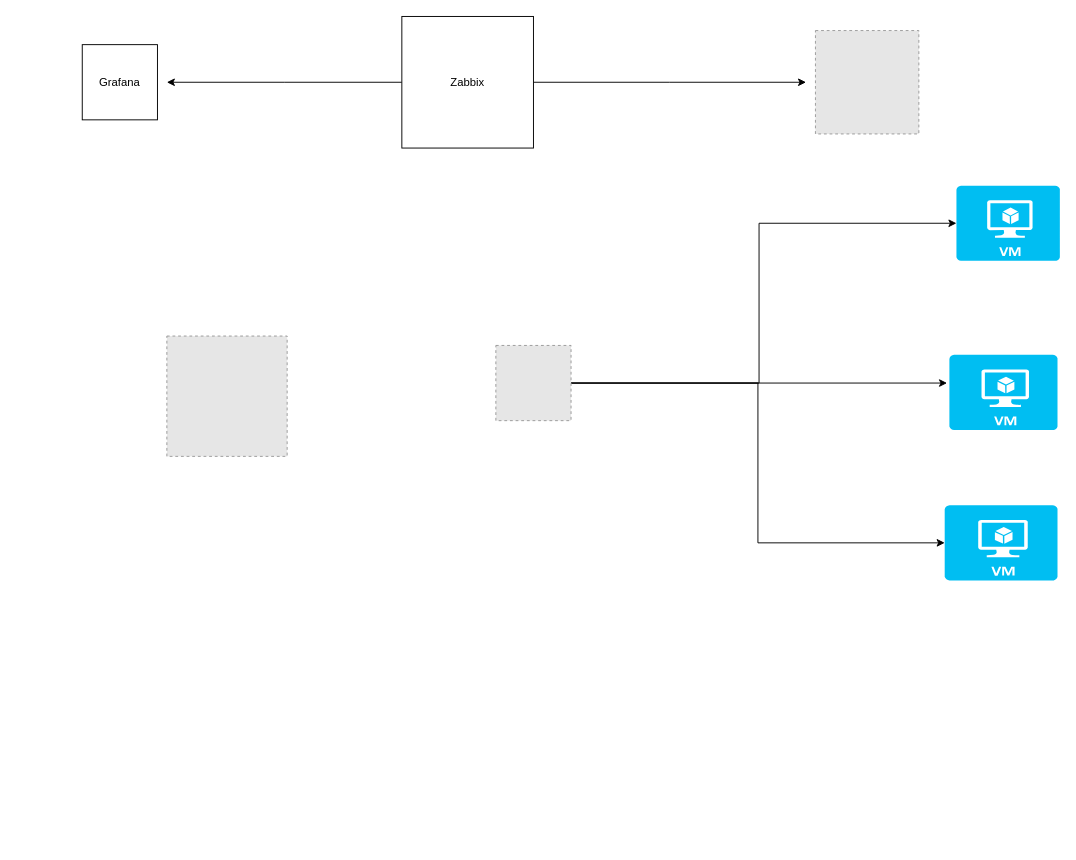
This is Untitled Diagram.drawio from wesleysilva3310/lab, a draw.io file, before an edit. Source tidied: cells renumbered, new cells numbered last; positions are measured from the earlier drawing's top-left corner, leaving out a move shared by most shapes. Both pictures are drawn from the tidied source at 94%, with x=0, y=0 at pixel (82, 16). Pictures stored in the file or linked from it are replaced by grey dashed boxes.
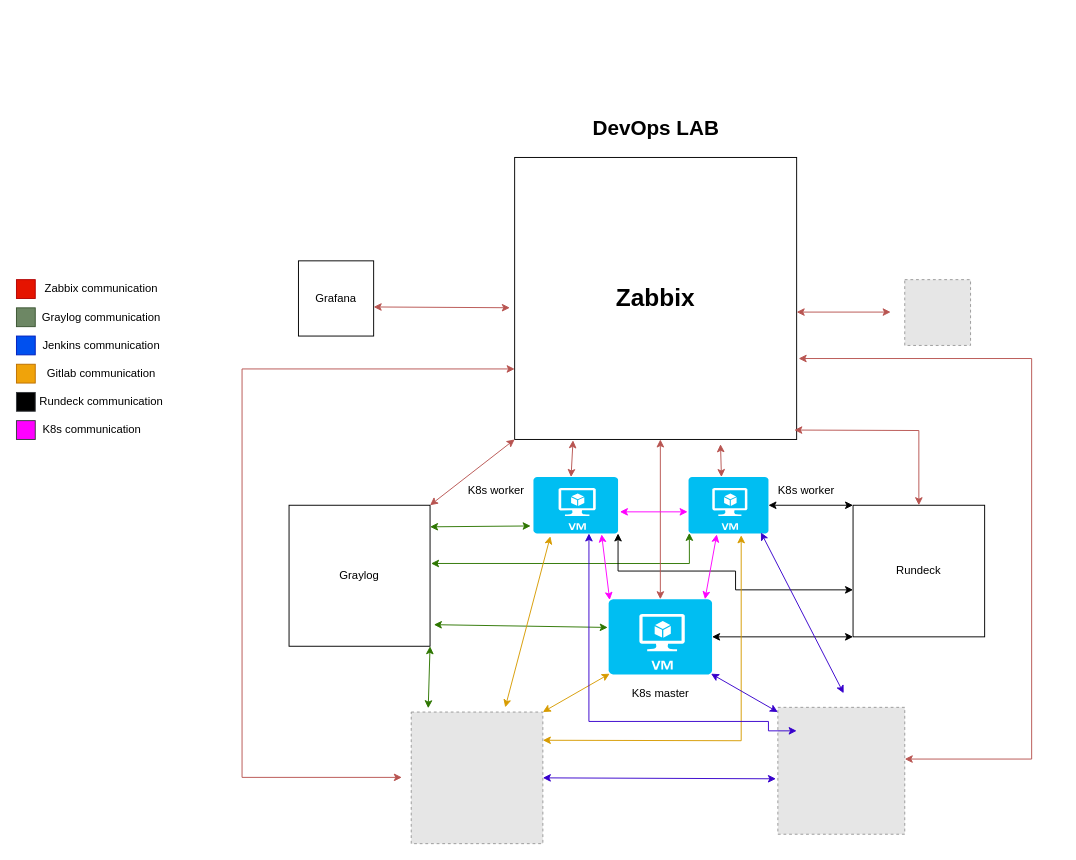
The same diagram, later.

Change to the diagram source:
```diff
@@
-    <mxCell id="2" style="edgeStyle=orthogonalEdgeStyle;rounded=0;jettySize=auto;html=1;" parent="1" edge="1" source="4">
-      <mxGeometry relative="1" as="geometry">
-        <mxPoint x="90" y="70" as="targetPoint" />
-      </mxGeometry>
-    </mxCell>
-    <mxCell id="3" style="edgeStyle=orthogonalEdgeStyle;rounded=0;jettySize=auto;html=1;entryX=0;entryY=0.5;entryDx=0;entryDy=0;" parent="1" edge="1" source="4">
-      <mxGeometry relative="1" as="geometry">
-        <mxPoint x="770" y="70" as="targetPoint" />
-      </mxGeometry>
-    </mxCell>
-    <mxCell id="4" value="Zabbix" style="whiteSpace=wrap;html=1;" parent="1" vertex="1">
-      <mxGeometry x="340" width="140" height="140" as="geometry" />
+    <mxCell id="4" value="&lt;b&gt;&lt;font style=&quot;font-size: 26px&quot;&gt;Zabbix&lt;/font&gt;&lt;/b&gt;" style="whiteSpace=wrap;html=1;" parent="1" vertex="1">
+      <mxGeometry x="460" y="150" width="300" height="300" as="geometry" />
     </mxCell>
     <mxCell id="5" value="Grafana" style="whiteSpace=wrap;html=1;" parent="1" vertex="1">
-      <mxGeometry y="30" width="80" height="80" as="geometry" />
+      <mxGeometry x="230" y="260" width="80" height="80" as="geometry" />
     </mxCell>
     <mxCell id="6" style="verticalLabelPosition=bottom;html=1;verticalAlign=top;align=center;strokeColor=none;fillColor=#00BEF2;shape=mxgraph.azure.virtual_machine;" parent="1" vertex="1">
-      <mxGeometry x="917.5" y="520" width="120" height="80" as="geometry" />
+      <mxGeometry x="480" y="490" width="90" height="60" as="geometry" />
     </mxCell>
     <mxCell id="7" style="verticalLabelPosition=bottom;html=1;verticalAlign=top;align=center;strokeColor=none;fillColor=#00BEF2;shape=mxgraph.azure.virtual_machine;" parent="1" vertex="1">
-      <mxGeometry x="922.5" y="360" width="115" height="80" as="geometry" />
+      <mxGeometry x="645" y="490" width="85" height="60" as="geometry" />
     </mxCell>
     <mxCell id="8" style="verticalLabelPosition=bottom;html=1;verticalAlign=top;align=center;strokeColor=none;fillColor=#00BEF2;shape=mxgraph.azure.virtual_machine;" parent="1" vertex="1">
-      <mxGeometry x="930" y="180" width="110" height="80" as="geometry" />
+      <mxGeometry x="560" y="620" width="110" height="80" as="geometry" />
     </mxCell>
-    <mxCell id="9" style="edgeStyle=orthogonalEdgeStyle;rounded=0;jettySize=auto;html=1;" parent="1" edge="1" source="12">
-      <mxGeometry relative="1" as="geometry">
-        <mxPoint x="920" y="390" as="targetPoint" />
-      </mxGeometry>
-    </mxCell>
-    <mxCell id="10" style="edgeStyle=orthogonalEdgeStyle;rounded=0;jettySize=auto;html=1;entryX=0;entryY=0.5;entryDx=0;entryDy=0;entryPerimeter=0;" parent="1" edge="1" source="12" target="8">
-      <mxGeometry relative="1" as="geometry">
-        <Array as="points">
-          <mxPoint x="720" y="390" />
-          <mxPoint x="720" y="220" />
-        </Array>
-      </mxGeometry>
-    </mxCell>
-    <mxCell id="11" style="edgeStyle=orthogonalEdgeStyle;rounded=0;jettySize=auto;html=1;entryX=0;entryY=0.5;entryDx=0;entryDy=0;entryPerimeter=0;" parent="1" edge="1" source="12" target="6">
-      <mxGeometry relative="1" as="geometry" />
-    </mxCell>
     <mxCell id="12" style="fillColor=#E6E6E6;strokeColor=#999999;dashed=1;html=1;verticalAlign=top;verticalLabelPosition=bottom;labelBackgroundColor=#ffffff;" parent="1" vertex="1">
-      <mxGeometry x="440" y="350" width="80" height="80" as="geometry" />
+      <mxGeometry x="740" y="735" width="135" height="135" as="geometry" />
     </mxCell>
     <mxCell id="13" style="fillColor=#E6E6E6;strokeColor=#999999;dashed=1;html=1;verticalAlign=top;verticalLabelPosition=bottom;labelBackgroundColor=#ffffff;" parent="1" vertex="1">
-      <mxGeometry x="90" y="340" width="128" height="128" as="geometry" />
+      <mxGeometry x="350" y="740" width="140" height="140" as="geometry" />
     </mxCell>
     <mxCell id="14" style="fillColor=#E6E6E6;strokeColor=#999999;dashed=1;html=1;verticalAlign=top;verticalLabelPosition=bottom;labelBackgroundColor=#ffffff;" parent="1" vertex="1">
-      <mxGeometry x="780" y="15" width="110" height="110" as="geometry" />
+      <mxGeometry x="875" y="280" width="70" height="70" as="geometry" />
     </mxCell>
+    <mxCell id="15" value="Rundeck" style="whiteSpace=wrap;html=1;" parent="1" vertex="1">
+      <mxGeometry x="820" y="520" width="140" height="140" as="geometry" />
+    </mxCell>
+    <mxCell id="16" value="Graylog" style="whiteSpace=wrap;html=1;" parent="1" vertex="1">
+      <mxGeometry x="220" y="520" width="150" height="150" as="geometry" />
+    </mxCell>
+    <mxCell id="17" style="endArrow=classic;startArrow=classic;html=1;rounded=0;entryX=-0.033;entryY=0.867;entryDx=0;entryDy=0;entryPerimeter=0;exitX=1;exitY=0.153;exitDx=0;exitDy=0;exitPerimeter=0;fillColor=#60a917;strokeColor=#2D7600;" parent="1" edge="1" source="16" target="6">
+      <mxGeometry relative="1" as="geometry" />
+    </mxCell>
+    <mxCell id="18" style="endArrow=classic;startArrow=classic;html=1;rounded=0;entryX=-0.009;entryY=0.375;entryDx=0;entryDy=0;entryPerimeter=0;exitX=1.027;exitY=0.847;exitDx=0;exitDy=0;exitPerimeter=0;fillColor=#60a917;strokeColor=#2D7600;" parent="1" edge="1" source="16" target="8">
+      <mxGeometry relative="1" as="geometry" />
+    </mxCell>
+    <mxCell id="19" style="endArrow=classic;startArrow=classic;html=1;rounded=0;entryX=0.01;entryY=0.99;entryDx=0;entryDy=0;entryPerimeter=0;edgeStyle=orthogonalEdgeStyle;exitX=1.007;exitY=0.413;exitDx=0;exitDy=0;exitPerimeter=0;fillColor=#60a917;strokeColor=#2D7600;" parent="1" edge="1" source="16" target="7">
+      <mxGeometry relative="1" as="geometry" />
+    </mxCell>
+    <mxCell id="20" style="endArrow=classic;startArrow=classic;html=1;rounded=0;entryX=0.207;entryY=1.003;entryDx=0;entryDy=0;entryPerimeter=0;fillColor=#f8cecc;strokeColor=#b85450;" parent="1" edge="1" target="4">
+      <mxGeometry relative="1" as="geometry">
+        <mxPoint x="520" y="490" as="sourcePoint" />
+      </mxGeometry>
+    </mxCell>
+    <mxCell id="21" style="endArrow=classic;startArrow=classic;html=1;rounded=0;entryX=0.73;entryY=1.017;entryDx=0;entryDy=0;entryPerimeter=0;fillColor=#f8cecc;strokeColor=#b85450;" parent="1" edge="1" target="4">
+      <mxGeometry relative="1" as="geometry">
+        <mxPoint x="680" y="490" as="sourcePoint" />
+      </mxGeometry>
+    </mxCell>
+    <mxCell id="22" style="endArrow=classic;startArrow=classic;html=1;rounded=0;entryX=0;entryY=0;entryDx=0;entryDy=0;" parent="1" edge="1" target="15">
+      <mxGeometry relative="1" as="geometry">
+        <mxPoint x="730" y="520" as="sourcePoint" />
+      </mxGeometry>
+    </mxCell>
+    <mxCell id="23" style="endArrow=classic;startArrow=classic;html=1;rounded=0;entryX=0;entryY=1;entryDx=0;entryDy=0;" parent="1" edge="1" target="15">
+      <mxGeometry relative="1" as="geometry">
+        <mxPoint x="670" y="660" as="sourcePoint" />
+      </mxGeometry>
+    </mxCell>
+    <mxCell id="24" style="endArrow=classic;startArrow=classic;html=1;rounded=0;entryX=0;entryY=0.643;entryDx=0;entryDy=0;entryPerimeter=0;edgeStyle=orthogonalEdgeStyle;" parent="1" edge="1" target="15">
+      <mxGeometry relative="1" as="geometry">
+        <mxPoint x="570" y="550" as="sourcePoint" />
+        <Array as="points">
+          <mxPoint x="570" y="590" />
+          <mxPoint x="695" y="590" />
+          <mxPoint x="695" y="610" />
+        </Array>
+      </mxGeometry>
+    </mxCell>
+    <mxCell id="25" style="endArrow=classic;startArrow=classic;html=1;rounded=0;exitX=0.5;exitY=0;exitDx=0;exitDy=0;exitPerimeter=0;fillColor=#f8cecc;strokeColor=#b85450;" parent="1" edge="1" source="8">
+      <mxGeometry relative="1" as="geometry">
+        <mxPoint x="615" y="450" as="targetPoint" />
+      </mxGeometry>
+    </mxCell>
+    <mxCell id="26" style="endArrow=classic;startArrow=classic;html=1;rounded=0;exitX=1;exitY=0.5;exitDx=0;exitDy=0;entryX=-0.015;entryY=0.563;entryDx=0;entryDy=0;fillColor=#6a00ff;strokeColor=#3700CC;entryPerimeter=0;" parent="1" edge="1" source="13" target="12">
+      <mxGeometry relative="1" as="geometry" />
+    </mxCell>
+    <mxCell id="27" style="endArrow=classic;startArrow=classic;html=1;rounded=0;exitX=0.129;exitY=-0.029;exitDx=0;exitDy=0;exitPerimeter=0;fillColor=#60a917;strokeColor=#2D7600;" parent="1" edge="1" source="13">
+      <mxGeometry relative="1" as="geometry">
+        <mxPoint x="370" y="670" as="targetPoint" />
+      </mxGeometry>
+    </mxCell>
+    <mxCell id="28" style="endArrow=classic;startArrow=classic;html=1;rounded=0;fillColor=#ffe6cc;strokeColor=#d79b00;entryX=0.2;entryY=1.05;entryDx=0;entryDy=0;entryPerimeter=0;" parent="1" edge="1" target="6">
+      <mxGeometry relative="1" as="geometry">
+        <mxPoint x="450" y="735" as="sourcePoint" />
+      </mxGeometry>
+    </mxCell>
+    <mxCell id="29" style="endArrow=classic;startArrow=classic;html=1;rounded=0;entryX=0.01;entryY=0.99;entryDx=0;entryDy=0;entryPerimeter=0;exitX=1;exitY=0;exitDx=0;exitDy=0;fillColor=#ffe6cc;strokeColor=#d79b00;" parent="1" edge="1" source="13" target="8">
+      <mxGeometry relative="1" as="geometry" />
+    </mxCell>
+    <mxCell id="30" style="endArrow=classic;startArrow=classic;html=1;rounded=0;entryX=0.659;entryY=1.033;entryDx=0;entryDy=0;entryPerimeter=0;edgeStyle=orthogonalEdgeStyle;fillColor=#ffe6cc;strokeColor=#d79b00;" parent="1" edge="1" target="7">
+      <mxGeometry relative="1" as="geometry">
+        <mxPoint x="490" y="770" as="sourcePoint" />
+      </mxGeometry>
+    </mxCell>
+    <mxCell id="31" style="endArrow=classic;startArrow=classic;html=1;rounded=0;entryX=0;entryY=1;entryDx=0;entryDy=0;fillColor=#f8cecc;strokeColor=#b85450;" parent="1" edge="1" target="4">
+      <mxGeometry relative="1" as="geometry">
+        <mxPoint x="370" y="520" as="sourcePoint" />
+      </mxGeometry>
+    </mxCell>
+    <mxCell id="32" style="endArrow=classic;startArrow=classic;html=1;rounded=0;entryX=0.99;entryY=0.99;entryDx=0;entryDy=0;entryPerimeter=0;fillColor=#6a00ff;strokeColor=#3700CC;" parent="1" edge="1" target="8">
+      <mxGeometry relative="1" as="geometry">
+        <mxPoint x="740" y="740" as="sourcePoint" />
+      </mxGeometry>
+    </mxCell>
+    <mxCell id="33" style="endArrow=classic;startArrow=classic;html=1;rounded=0;entryX=0;entryY=0;entryDx=0;entryDy=0;exitX=0.906;exitY=0.983;exitDx=0;exitDy=0;exitPerimeter=0;fillColor=#6a00ff;strokeColor=#3700CC;" parent="1" edge="1" source="7">
+      <mxGeometry relative="1" as="geometry">
+        <mxPoint x="810" y="720" as="targetPoint" />
+      </mxGeometry>
+    </mxCell>
+    <mxCell id="34" style="endArrow=classic;startArrow=classic;html=1;rounded=0;entryX=0;entryY=0;entryDx=0;entryDy=0;exitX=0.656;exitY=1;exitDx=0;exitDy=0;exitPerimeter=0;fillColor=#6a00ff;strokeColor=#3700CC;edgeStyle=orthogonalEdgeStyle;" parent="1" edge="1" source="6">
+      <mxGeometry relative="1" as="geometry">
+        <mxPoint x="760" y="760" as="targetPoint" />
+        <Array as="points">
+          <mxPoint x="539" y="750" />
+          <mxPoint x="730" y="750" />
+          <mxPoint x="730" y="760" />
+        </Array>
+      </mxGeometry>
+    </mxCell>
+    <mxCell id="35" style="endArrow=classic;startArrow=classic;html=1;rounded=0;exitX=1;exitY=0.613;exitDx=0;exitDy=0;fillColor=#f8cecc;strokeColor=#b85450;entryX=-0.017;entryY=0.533;entryDx=0;entryDy=0;entryPerimeter=0;exitPerimeter=0;" parent="1" edge="1" source="5" target="4">
+      <mxGeometry relative="1" as="geometry" />
+    </mxCell>
+    <mxCell id="36" style="endArrow=classic;startArrow=classic;html=1;rounded=0;exitX=1;exitY=0.75;exitDx=0;exitDy=0;fillColor=#f8cecc;strokeColor=#b85450;" parent="1" edge="1">
+      <mxGeometry relative="1" as="geometry">
+        <mxPoint x="760" y="314.5" as="sourcePoint" />
+        <mxPoint x="860" y="314.5" as="targetPoint" />
+      </mxGeometry>
+    </mxCell>
+    <mxCell id="37" style="endArrow=classic;startArrow=classic;html=1;rounded=0;exitX=1;exitY=0.75;exitDx=0;exitDy=0;fillColor=#f8cecc;strokeColor=#b85450;entryX=0.5;entryY=0;entryDx=0;entryDy=0;edgeStyle=orthogonalEdgeStyle;" parent="1" edge="1" target="15">
+      <mxGeometry relative="1" as="geometry">
+        <mxPoint x="757.5" y="440" as="sourcePoint" />
+      </mxGeometry>
+    </mxCell>
+    <mxCell id="38" style="endArrow=classic;startArrow=classic;html=1;rounded=0;exitX=1;exitY=0.75;exitDx=0;exitDy=0;fillColor=#f8cecc;strokeColor=#b85450;entryX=1.007;entryY=0.713;entryDx=0;entryDy=0;entryPerimeter=0;edgeStyle=orthogonalEdgeStyle;" parent="1" edge="1" target="4">
+      <mxGeometry relative="1" as="geometry">
+        <mxPoint x="875" y="790" as="sourcePoint" />
+        <Array as="points">
+          <mxPoint x="1010" y="790" />
+          <mxPoint x="1010" y="364" />
+        </Array>
+      </mxGeometry>
+    </mxCell>
+    <mxCell id="39" style="endArrow=classic;startArrow=classic;html=1;rounded=0;exitX=0;exitY=0.75;exitDx=0;exitDy=0;fillColor=#f8cecc;strokeColor=#b85450;edgeStyle=orthogonalEdgeStyle;" parent="1" edge="1" source="4">
+      <mxGeometry relative="1" as="geometry">
+        <mxPoint x="340" y="809.5" as="targetPoint" />
+        <Array as="points">
+          <mxPoint x="170" y="375" />
+          <mxPoint x="170" y="810" />
+        </Array>
+      </mxGeometry>
+    </mxCell>
+    <mxCell id="40" value="&lt;font style=&quot;font-size: 12px&quot;&gt;K8s worker&lt;/font&gt;" style="text;html=1;align=center;verticalAlign=middle;strokeColor=none;fillColor=none;fontSize=26;" parent="1" vertex="1">
+      <mxGeometry x="400" y="480" width="80" height="40" as="geometry" />
+    </mxCell>
+    <mxCell id="41" value="&lt;font style=&quot;font-size: 12px&quot;&gt;K8s worker&lt;/font&gt;" style="text;html=1;align=center;verticalAlign=middle;strokeColor=none;fillColor=none;fontSize=26;" parent="1" vertex="1">
+      <mxGeometry x="730" y="480" width="80" height="40" as="geometry" />
+    </mxCell>
+    <mxCell id="42" value="&lt;font style=&quot;font-size: 12px&quot;&gt;K8s master&lt;/font&gt;" style="text;html=1;align=center;verticalAlign=middle;strokeColor=none;fillColor=none;fontSize=26;" parent="1" vertex="1">
+      <mxGeometry x="575" y="695" width="80" height="40" as="geometry" />
+    </mxCell>
+    <mxCell id="43" style="endArrow=classic;startArrow=classic;html=1;rounded=0;fontSize=12;entryX=0.353;entryY=1.017;entryDx=0;entryDy=0;entryPerimeter=0;fillColor=#6d8764;strokeColor=#FF00FF;" parent="1" edge="1" target="7">
+      <mxGeometry relative="1" as="geometry">
+        <mxPoint x="662.5" y="620" as="sourcePoint" />
+      </mxGeometry>
+    </mxCell>
+    <mxCell id="44" style="endArrow=classic;startArrow=classic;html=1;rounded=0;fontSize=12;entryX=0.353;entryY=1.017;entryDx=0;entryDy=0;entryPerimeter=0;fillColor=#6d8764;strokeColor=#FF00FF;exitX=0.01;exitY=0.01;exitDx=0;exitDy=0;exitPerimeter=0;" parent="1" edge="1" source="8">
+      <mxGeometry relative="1" as="geometry">
+        <mxPoint x="552.5" y="551" as="targetPoint" />
+      </mxGeometry>
+    </mxCell>
+    <mxCell id="45" style="whiteSpace=wrap;html=1;fontSize=12;fillColor=#e51400;fontColor=#ffffff;strokeColor=#B20000;" parent="1" vertex="1">
+      <mxGeometry x="-70" y="280" width="20" height="20" as="geometry" />
+    </mxCell>
+    <mxCell id="46" value="Zabbix&amp;nbsp;communication" style="text;html=1;align=center;verticalAlign=middle;strokeColor=none;fillColor=none;fontSize=12;" parent="1" vertex="1">
+      <mxGeometry x="-50" y="280" width="140" height="20" as="geometry" />
+    </mxCell>
+    <mxCell id="47" style="whiteSpace=wrap;html=1;fontSize=12;fillColor=#6d8764;strokeColor=#3A5431;fontColor=#ffffff;" parent="1" vertex="1">
+      <mxGeometry x="-70" y="310" width="20" height="20" as="geometry" />
+    </mxCell>
+    <mxCell id="48" value="Graylog communication" style="text;html=1;align=center;verticalAlign=middle;strokeColor=none;fillColor=none;fontSize=12;" parent="1" vertex="1">
+      <mxGeometry x="-50" y="310" width="140" height="20" as="geometry" />
+    </mxCell>
+    <mxCell id="49" value="Jenkins communication" style="text;html=1;align=center;verticalAlign=middle;strokeColor=none;fillColor=none;fontSize=12;" parent="1" vertex="1">
+      <mxGeometry x="-50" y="340" width="140" height="20" as="geometry" />
+    </mxCell>
+    <mxCell id="50" style="whiteSpace=wrap;html=1;fontSize=12;fillColor=#0050ef;strokeColor=#001DBC;fontColor=#ffffff;" parent="1" vertex="1">
+      <mxGeometry x="-70" y="340" width="20" height="20" as="geometry" />
+    </mxCell>
+    <mxCell id="51" style="whiteSpace=wrap;html=1;fontSize=12;fillColor=#f0a30a;strokeColor=#BD7000;fontColor=#000000;" parent="1" vertex="1">
+      <mxGeometry x="-70" y="370" width="20" height="20" as="geometry" />
+    </mxCell>
+    <mxCell id="52" value="Gitlab communication" style="text;html=1;align=center;verticalAlign=middle;strokeColor=none;fillColor=none;fontSize=12;" parent="1" vertex="1">
+      <mxGeometry x="-45" y="370" width="130" height="20" as="geometry" />
+    </mxCell>
+    <mxCell id="53" style="whiteSpace=wrap;html=1;fontSize=12;fillColor=#000000;strokeColor=#36393d;" parent="1" vertex="1">
+      <mxGeometry x="-70" y="400" width="20" height="20" as="geometry" />
+    </mxCell>
+    <mxCell id="54" value="Rundeck communication" style="text;html=1;align=center;verticalAlign=middle;strokeColor=none;fillColor=none;fontSize=12;" parent="1" vertex="1">
+      <mxGeometry x="-55" y="400" width="150" height="20" as="geometry" />
+    </mxCell>
+    <mxCell id="55" style="whiteSpace=wrap;html=1;fontSize=12;fillColor=#FF00FF;strokeColor=#36393d;" parent="1" vertex="1">
+      <mxGeometry x="-70" y="430" width="20" height="20" as="geometry" />
+    </mxCell>
+    <mxCell id="56" value="K8s communication" style="text;html=1;align=center;verticalAlign=middle;strokeColor=none;fillColor=none;fontSize=12;" parent="1" vertex="1">
+      <mxGeometry x="-50" y="430" width="120" height="20" as="geometry" />
+    </mxCell>
+    <mxCell id="57" style="endArrow=classic;startArrow=classic;html=1;rounded=0;fontSize=12;entryX=1.022;entryY=0.617;entryDx=0;entryDy=0;entryPerimeter=0;fillColor=#6d8764;strokeColor=#FF00FF;exitX=-0.012;exitY=0.617;exitDx=0;exitDy=0;exitPerimeter=0;" parent="1" edge="1" source="7" target="6">
+      <mxGeometry relative="1" as="geometry" />
+    </mxCell>
+    <mxCell id="58" value="&lt;b&gt;&lt;font style=&quot;font-size: 22px&quot;&gt;DevOps LAB&lt;/font&gt;&lt;/b&gt;" style="text;html=1;align=center;verticalAlign=middle;strokeColor=none;fillColor=none;fontSize=12;" parent="1" vertex="1">
+      <mxGeometry x="535" y="110" width="150" height="20" as="geometry" />
+    </mxCell>
```
